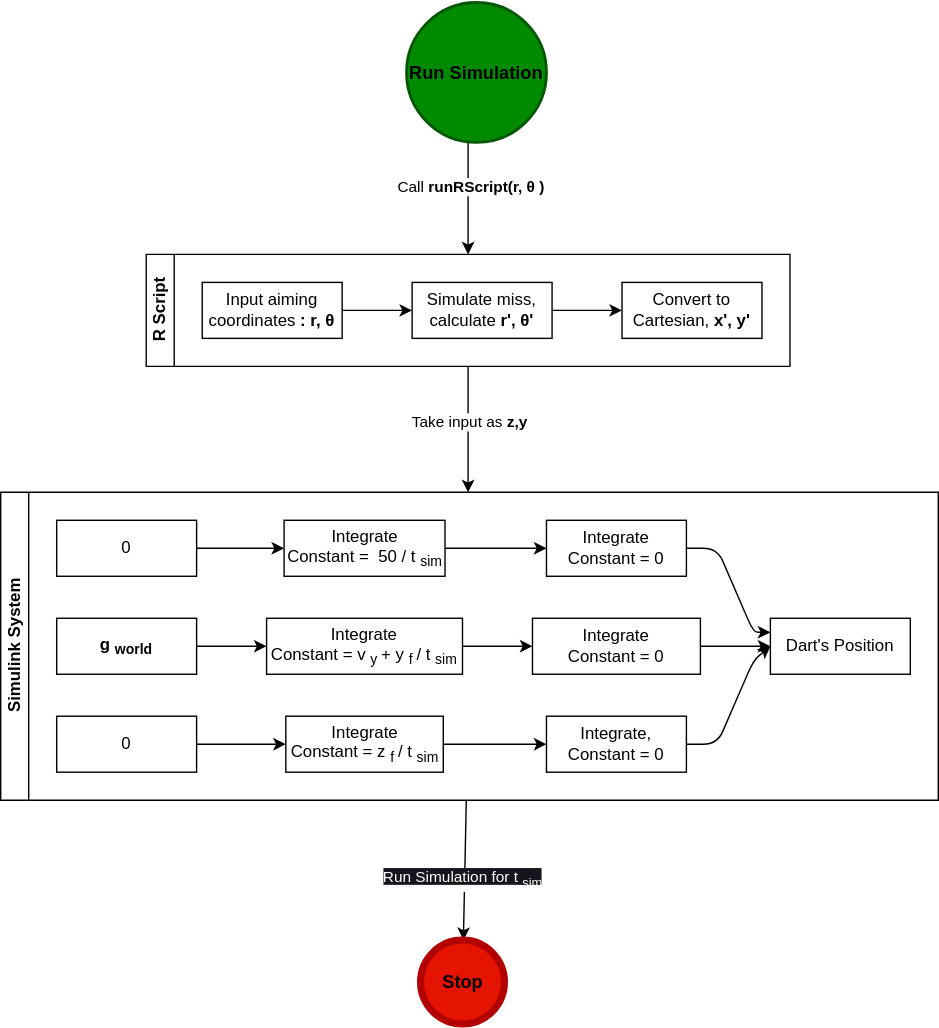
ojaroker/Darts keeps this draw.io diagram as img/projFlow.drawio.svg. Above is the earlier version. Source tidied: cells renumbered, new cells last; positions are measured from the earlier drawing's top-left corner, leaving out a move shared by most shapes. Source of this version:
```xml
<mxGraphModel>
  <root>
    <mxCell id="0" />
    <mxCell id="1" parent="0" />
    <mxCell id="2" style="edgeStyle=none;html=1;entryX=0.5;entryY=0;entryDx=0;entryDy=0;" parent="1" edge="1" target="7">
      <mxGeometry relative="1" as="geometry">
        <mxPoint x="334" y="100" as="sourcePoint" />
      </mxGeometry>
    </mxCell>
    <mxCell id="3" value="Call &lt;b&gt;runRScript(r,&lt;/b&gt;&lt;span style=&quot;text-align: start;&quot;&gt;&lt;b&gt;θ&lt;/b&gt;&lt;/span&gt;&lt;b&gt;)&lt;/b&gt;" style="edgeLabel;html=1;align=center;verticalAlign=middle;" parent="2" vertex="1">
      <mxGeometry x="-0.22" y="1" relative="1" as="geometry" />
    </mxCell>
    <mxCell id="4" value="&lt;font size=&quot;1&quot; color=&quot;#000000&quot;&gt;&lt;b style=&quot;font-size: 13px;&quot;&gt;Run Simulation&lt;/b&gt;&lt;/font&gt;" style="strokeWidth=2;html=1;shape=mxgraph.flowchart.start_2;whiteSpace=wrap;fillColor=#008a00;fontColor=#ffffff;strokeColor=#005700;" parent="1" vertex="1">
      <mxGeometry x="290" width="100" height="100" as="geometry" />
    </mxCell>
    <mxCell id="5" style="edgeStyle=none;html=1;fontSize=11;fontColor=#000000;" parent="1" edge="1" source="7">
      <mxGeometry relative="1" as="geometry">
        <mxPoint x="334" y="350" as="targetPoint" />
      </mxGeometry>
    </mxCell>
    <mxCell id="6" value="Take input as &lt;b&gt;z,y&lt;/b&gt;" style="edgeLabel;html=1;align=center;verticalAlign=middle;" parent="5" vertex="1">
      <mxGeometry x="0.27" relative="1" as="geometry">
        <mxPoint y="-18" as="offset" />
      </mxGeometry>
    </mxCell>
    <mxCell id="7" value="R Script" style="swimlane;html=1;startSize=20;horizontal=0;flowOrientation=west;interRankCellSpacing=50;containerType=tree;fontSize=12;" parent="1" vertex="1">
      <mxGeometry x="104" y="180" width="460" height="80" as="geometry" />
    </mxCell>
    <mxCell id="8" value="Input aiming coordinates&lt;b&gt;: r,&amp;nbsp;&lt;span style=&quot;text-align: start;&quot;&gt;θ&lt;/span&gt;&lt;/b&gt;" style="whiteSpace=wrap;html=1;" parent="7" vertex="1">
      <mxGeometry x="40" y="20" width="100" height="40" as="geometry" />
    </mxCell>
    <mxCell id="9" value="Simulate miss, calculate&amp;nbsp;&lt;b&gt;r',&amp;nbsp;&lt;span style=&quot;&quot;&gt;θ'&lt;/span&gt;&lt;/b&gt;" style="whiteSpace=wrap;html=1;align=center;" parent="7" vertex="1">
      <mxGeometry x="190" y="20" width="100" height="40" as="geometry" />
    </mxCell>
    <mxCell id="10" style="html=1;rounded=1;curved=0;sourcePerimeterSpacing=0;targetPerimeterSpacing=0;startSize=6;endSize=6;noEdgeStyle=1;orthogonal=1;" parent="7" edge="1" source="8" target="9">
      <mxGeometry relative="1" as="geometry">
        <Array as="points">
          <mxPoint x="152" y="40" />
          <mxPoint x="178" y="40" />
        </Array>
      </mxGeometry>
    </mxCell>
    <mxCell id="11" style="html=1;rounded=1;curved=0;sourcePerimeterSpacing=0;targetPerimeterSpacing=0;startSize=6;endSize=6;noEdgeStyle=1;orthogonal=1;" parent="7" edge="1" source="9" target="12">
      <mxGeometry relative="1" as="geometry">
        <Array as="points">
          <mxPoint x="302" y="40" />
          <mxPoint x="328" y="40" />
        </Array>
      </mxGeometry>
    </mxCell>
    <mxCell id="12" value="Convert to Cartesian, &lt;b&gt;x', y'&lt;/b&gt;" style="whiteSpace=wrap;html=1;align=center;" parent="7" vertex="1">
      <mxGeometry x="340" y="20" width="100" height="40" as="geometry" />
    </mxCell>
    <mxCell id="13" style="edgeStyle=none;html=1;fontSize=13;fontColor=#FFFFFF;" parent="1" edge="1" source="15" target="45">
      <mxGeometry relative="1" as="geometry" />
    </mxCell>
    <mxCell id="14" value="&lt;span style=&quot;background-color: rgb(24, 20, 29);&quot;&gt;Run Simulation for t&lt;sub style=&quot;&quot;&gt;sim&lt;/sub&gt;&lt;/span&gt;" style="edgeLabel;html=1;align=center;verticalAlign=middle;fontSize=11;fontColor=#FFFFFF;" parent="13" vertex="1">
      <mxGeometry x="0.15" y="-2" relative="1" as="geometry" />
    </mxCell>
    <mxCell id="15" value="Simulink System" style="swimlane;html=1;startSize=20;horizontal=0;flowOrientation=west;interRankCellSpacing=50;containerType=tree;fontSize=12;" parent="1" vertex="1">
      <mxGeometry y="350" width="670" height="220" as="geometry" />
    </mxCell>
    <mxCell id="16" value="0" style="whiteSpace=wrap;html=1;" parent="15" vertex="1">
      <mxGeometry x="40" y="20" width="100" height="40" as="geometry" />
    </mxCell>
    <mxCell id="17" value="Integrate&lt;br&gt;Constant =&amp;nbsp; 50 / t&lt;sub&gt;sim&lt;/sub&gt;" style="whiteSpace=wrap;html=1;" parent="15" vertex="1">
      <mxGeometry x="202.5" y="20" width="115" height="40" as="geometry" />
    </mxCell>
    <mxCell id="18" style="html=1;rounded=1;curved=0;sourcePerimeterSpacing=0;targetPerimeterSpacing=0;startSize=6;endSize=6;noEdgeStyle=1;orthogonal=1;" parent="15" edge="1" source="16" target="17">
      <mxGeometry relative="1" as="geometry">
        <Array as="points">
          <mxPoint x="152" y="40" />
          <mxPoint x="178" y="40" />
        </Array>
      </mxGeometry>
    </mxCell>
    <mxCell id="19" value="&lt;b&gt;g&lt;sub&gt;world&lt;/sub&gt;&lt;/b&gt;" style="whiteSpace=wrap;html=1;" parent="15" vertex="1">
      <mxGeometry x="40" y="90" width="100" height="40" as="geometry" />
    </mxCell>
    <mxCell id="20" value="0" style="whiteSpace=wrap;html=1;" parent="15" vertex="1">
      <mxGeometry x="40" y="160" width="100" height="40" as="geometry" />
    </mxCell>
    <mxCell id="21" style="html=1;rounded=1;curved=0;sourcePerimeterSpacing=0;targetPerimeterSpacing=0;startSize=6;endSize=6;noEdgeStyle=1;orthogonal=1;" parent="15" edge="1" source="17" target="22">
      <mxGeometry relative="1" as="geometry">
        <Array as="points">
          <mxPoint x="342" y="40" />
          <mxPoint x="368" y="40" />
        </Array>
      </mxGeometry>
    </mxCell>
    <mxCell id="22" value="Integrate&lt;br&gt;Constant = 0" style="whiteSpace=wrap;html=1;" parent="15" vertex="1">
      <mxGeometry x="390" y="20" width="100" height="40" as="geometry" />
    </mxCell>
    <mxCell id="23" style="html=1;rounded=1;curved=0;sourcePerimeterSpacing=0;targetPerimeterSpacing=0;startSize=6;endSize=6;noEdgeStyle=1;orthogonal=1;" parent="15" edge="1" source="22" target="24">
      <mxGeometry relative="1" as="geometry">
        <Array as="points">
          <mxPoint x="512" y="40" />
          <mxPoint x="538" y="100" />
        </Array>
      </mxGeometry>
    </mxCell>
    <mxCell id="24" value="Dart's Position" style="whiteSpace=wrap;html=1;" parent="15" vertex="1">
      <mxGeometry x="550" y="90" width="100" height="40" as="geometry" />
    </mxCell>
    <mxCell id="25" style="edgeStyle=none;html=1;noEdgeStyle=1;orthogonal=1;" parent="15" edge="1" source="20" target="26">
      <mxGeometry relative="1" as="geometry">
        <Array as="points">
          <mxPoint x="152" y="180" />
          <mxPoint x="178" y="180" />
        </Array>
      </mxGeometry>
    </mxCell>
    <mxCell id="26" value="Integrate&lt;br&gt;Constant = z&lt;sub&gt;f&amp;nbsp;&lt;/sub&gt;/ t&lt;sub&gt;sim&lt;/sub&gt;" style="whiteSpace=wrap;html=1;" parent="15" vertex="1">
      <mxGeometry x="203.8" y="160" width="112.5" height="40" as="geometry" />
    </mxCell>
    <mxCell id="27" style="edgeStyle=none;html=1;noEdgeStyle=1;orthogonal=1;" parent="15" edge="1" source="19" target="28">
      <mxGeometry relative="1" as="geometry">
        <Array as="points">
          <mxPoint x="152" y="110" />
          <mxPoint x="178" y="110" />
        </Array>
      </mxGeometry>
    </mxCell>
    <mxCell id="28" value="Integrate&lt;br&gt;Constant = v&lt;sub&gt;y&lt;/sub&gt;&amp;nbsp;+ y&lt;sub&gt;f&amp;nbsp;&lt;/sub&gt;/ t&lt;sub&gt;sim&lt;/sub&gt;" style="whiteSpace=wrap;html=1;" parent="15" vertex="1">
      <mxGeometry x="190" y="90" width="140" height="40" as="geometry" />
    </mxCell>
    <mxCell id="29" style="edgeStyle=none;html=1;noEdgeStyle=1;orthogonal=1;" parent="15" edge="1" source="28" target="31">
      <mxGeometry relative="1" as="geometry">
        <Array as="points">
          <mxPoint x="342" y="110" />
          <mxPoint x="368" y="110" />
        </Array>
      </mxGeometry>
    </mxCell>
    <mxCell id="30" style="edgeStyle=none;html=1;entryX=0;entryY=0.5;entryDx=0;entryDy=0;fontSize=13;fontColor=#FFFFFF;noEdgeStyle=1;orthogonal=1;" parent="15" edge="1" source="31" target="24">
      <mxGeometry relative="1" as="geometry">
        <Array as="points">
          <mxPoint x="512" y="110" />
          <mxPoint x="536" y="110" />
        </Array>
      </mxGeometry>
    </mxCell>
    <mxCell id="31" value="Integrate&lt;br&gt;Constant = 0" style="whiteSpace=wrap;html=1;" parent="15" vertex="1">
      <mxGeometry x="380" y="90" width="120" height="40" as="geometry" />
    </mxCell>
    <mxCell id="32" style="edgeStyle=none;html=1;noEdgeStyle=1;orthogonal=1;" parent="15" edge="1" source="26" target="34">
      <mxGeometry relative="1" as="geometry">
        <Array as="points">
          <mxPoint x="342" y="180" />
          <mxPoint x="368" y="180" />
        </Array>
      </mxGeometry>
    </mxCell>
    <mxCell id="33" style="edgeStyle=none;html=1;entryX=0;entryY=0.5;entryDx=0;entryDy=0;fontSize=13;fontColor=#FFFFFF;noEdgeStyle=1;orthogonal=1;" parent="15" edge="1" source="34" target="24">
      <mxGeometry relative="1" as="geometry">
        <Array as="points">
          <mxPoint x="512" y="180" />
          <mxPoint x="538" y="120" />
        </Array>
      </mxGeometry>
    </mxCell>
    <mxCell id="34" value="Integrate,&lt;br&gt;Constant = 0" style="whiteSpace=wrap;html=1;" parent="15" vertex="1">
      <mxGeometry x="390" y="160" width="100" height="40" as="geometry" />
    </mxCell>
    <mxCell id="35" value="&lt;font color=&quot;#ffffff&quot;&gt;x acceleration&lt;/font&gt;" style="text;html=1;align=center;verticalAlign=middle;strokeColor=none;fillColor=none;fontSize=13;fontColor=#000000;" parent="1" vertex="1">
      <mxGeometry x="38" y="405" width="100" height="30" as="geometry" />
    </mxCell>
    <mxCell id="36" value="y acceleration&lt;br&gt;" style="text;html=1;align=center;verticalAlign=middle;strokeColor=none;fillColor=none;fontSize=13;fontColor=#FFFFFF;" parent="1" vertex="1">
      <mxGeometry x="38" y="474" width="100" height="30" as="geometry" />
    </mxCell>
    <mxCell id="37" value="x velocity" style="text;html=1;align=center;verticalAlign=middle;strokeColor=none;fillColor=none;fontSize=13;fontColor=#FFFFFF;" parent="1" vertex="1">
      <mxGeometry x="220" y="402" width="80" height="30" as="geometry" />
    </mxCell>
    <mxCell id="38" value="x position" style="text;html=1;align=center;verticalAlign=middle;strokeColor=none;fillColor=none;fontSize=13;fontColor=#FFFFFF;" parent="1" vertex="1">
      <mxGeometry x="401" y="405" width="80" height="30" as="geometry" />
    </mxCell>
    <mxCell id="39" value="y velocity" style="text;html=1;align=center;verticalAlign=middle;strokeColor=none;fillColor=none;fontSize=13;fontColor=#FFFFFF;" parent="1" vertex="1">
      <mxGeometry x="213" y="473" width="80" height="30" as="geometry" />
    </mxCell>
    <mxCell id="40" value="y position" style="text;html=1;align=center;verticalAlign=middle;strokeColor=none;fillColor=none;fontSize=13;fontColor=#FFFFFF;" parent="1" vertex="1">
      <mxGeometry x="394" y="472" width="80" height="30" as="geometry" />
    </mxCell>
    <mxCell id="41" value="z acceleration" style="text;html=1;align=center;verticalAlign=middle;strokeColor=none;fillColor=none;fontSize=13;fontColor=#FFFFFF;" parent="1" vertex="1">
      <mxGeometry x="38" y="545" width="100" height="30" as="geometry" />
    </mxCell>
    <mxCell id="42" value="z position" style="text;html=1;align=center;verticalAlign=middle;strokeColor=none;fillColor=none;fontSize=13;fontColor=#FFFFFF;" parent="1" vertex="1">
      <mxGeometry x="392" y="545" width="80" height="30" as="geometry" />
    </mxCell>
    <mxCell id="43" value="z velocity" style="text;html=1;align=center;verticalAlign=middle;strokeColor=none;fillColor=none;fontSize=13;fontColor=#FFFFFF;" parent="1" vertex="1">
      <mxGeometry x="219" y="545" width="80" height="30" as="geometry" />
    </mxCell>
    <mxCell id="44" value="Virtual Reality&lt;br&gt;Sink Block" style="text;html=1;align=center;verticalAlign=middle;strokeColor=none;fillColor=none;fontSize=13;fontColor=#FFFFFF;" parent="1" vertex="1">
      <mxGeometry x="549" y="479" width="100" height="40" as="geometry" />
    </mxCell>
    <mxCell id="45" value="&lt;b&gt;&lt;font color=&quot;#000000&quot;&gt;Stop&lt;/font&gt;&lt;/b&gt;" style="shape=ellipse;html=1;dashed=0;whitespace=wrap;strokeWidth=5;perimeter=ellipsePerimeter;fontSize=13;fontColor=#ffffff;fillColor=#e51400;strokeColor=#B20000;" parent="1" vertex="1">
      <mxGeometry x="300" y="670" width="60" height="60" as="geometry" />
    </mxCell>
  </root>
</mxGraphModel>
```
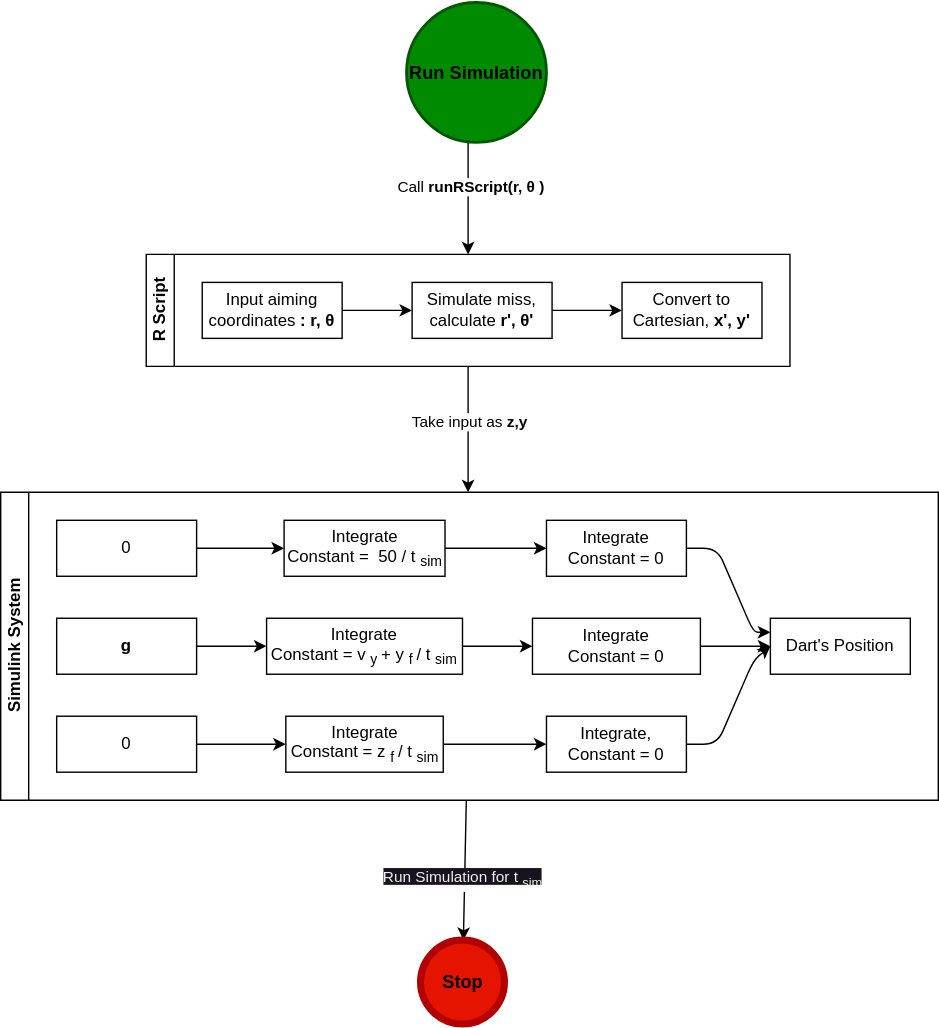
Later version of the same file.

Diff of the diagram source:
```diff
@@ -54,7 +54,7 @@
     <mxCell id="13" style="edgeStyle=none;html=1;fontSize=13;fontColor=#FFFFFF;" parent="1" edge="1" source="15" target="45">
       <mxGeometry relative="1" as="geometry" />
     </mxCell>
-    <mxCell id="14" value="&lt;span style=&quot;background-color: rgb(24, 20, 29);&quot;&gt;Run Simulation for t&lt;sub style=&quot;&quot;&gt;sim&lt;/sub&gt;&lt;/span&gt;" style="edgeLabel;html=1;align=center;verticalAlign=middle;fontSize=11;fontColor=#FFFFFF;" parent="13" vertex="1">
+    <mxCell id="14" value="&lt;span style=&quot;background-color: rgb(24, 20, 29);&quot;&gt;&lt;font color=&quot;#f0f0f0&quot;&gt;Run Simulation for t&lt;sub style=&quot;&quot;&gt;sim&lt;/sub&gt;&lt;/font&gt;&lt;/span&gt;" style="edgeLabel;html=1;align=center;verticalAlign=middle;fontSize=11;fontColor=#FFFFFF;" parent="13" vertex="1">
       <mxGeometry x="0.15" y="-2" relative="1" as="geometry" />
     </mxCell>
     <mxCell id="15" value="Simulink System" style="swimlane;html=1;startSize=20;horizontal=0;flowOrientation=west;interRankCellSpacing=50;containerType=tree;fontSize=12;" parent="1" vertex="1">
@@ -74,7 +74,7 @@
         </Array>
       </mxGeometry>
     </mxCell>
-    <mxCell id="19" value="&lt;b&gt;g&lt;sub&gt;world&lt;/sub&gt;&lt;/b&gt;" style="whiteSpace=wrap;html=1;" parent="15" vertex="1">
+    <mxCell id="19" value="&lt;b&gt;g&lt;/b&gt;" style="whiteSpace=wrap;html=1;" parent="15" vertex="1">
       <mxGeometry x="40" y="90" width="100" height="40" as="geometry" />
     </mxCell>
     <mxCell id="20" value="0" style="whiteSpace=wrap;html=1;" parent="15" vertex="1">
```
